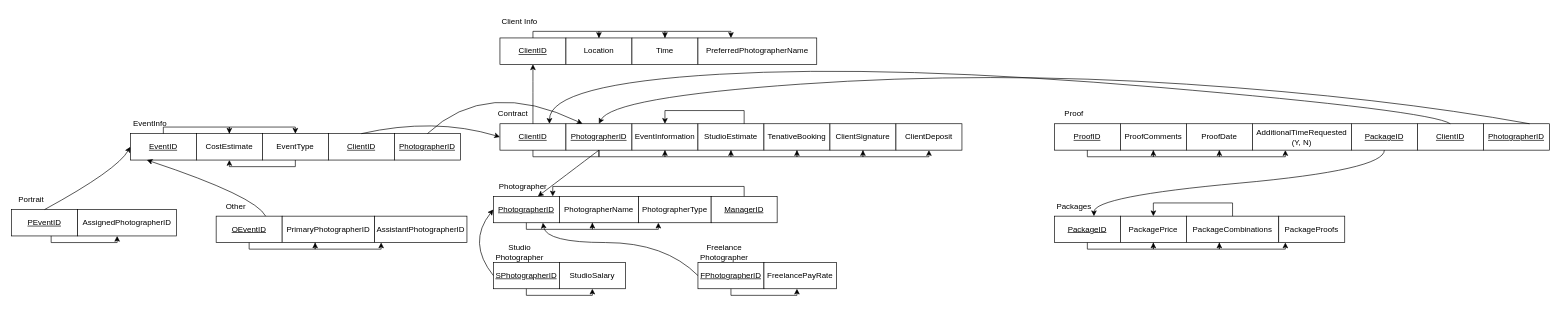
Above: RiccoEricRiceJustinRS_11.05.drawio in JustinR2003/cs-360-project (draw.io), before the change. Source tidied: cells renumbered, new cells numbered last; positions are measured from the earlier drawing's top-left corner, leaving out a move shared by most shapes. Both pictures are drawn from the tidied source at 66%, with x=0, y=0 at pixel (11, 11).
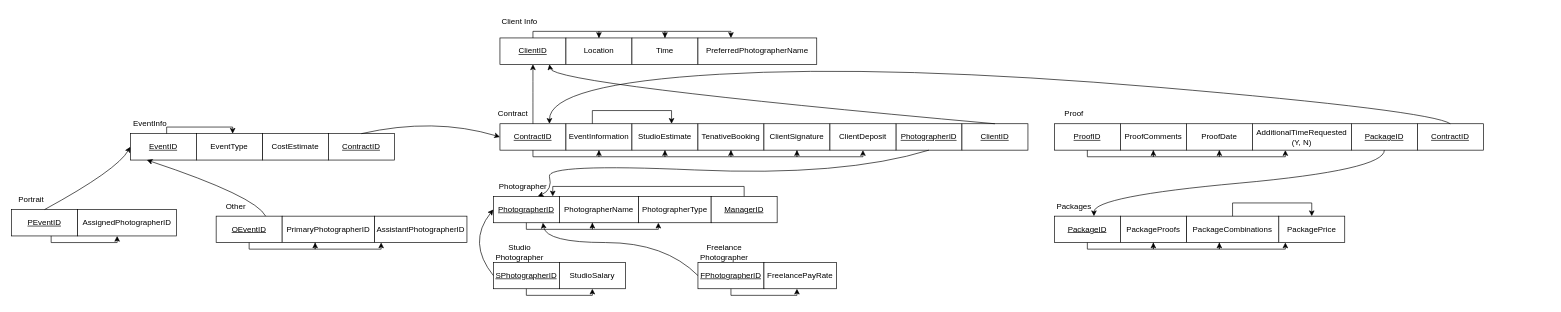
The same page after the edit.

Unchanged cells that the change refers to:
```xml
<mxCell id="2" value="&lt;u&gt;ClientID&lt;/u&gt;" style="whiteSpace=wrap;html=1;align=center;" parent="1" vertex="1">
  <mxGeometry x="740" y="40" width="100" height="40" as="geometry" />
</mxCell>
<mxCell id="19" value="Photographer" style="text;html=1;strokeColor=none;fillColor=none;align=center;verticalAlign=middle;whiteSpace=wrap;rounded=0;" parent="1" vertex="1">
  <mxGeometry x="730" y="250" width="90" height="30" as="geometry" />
</mxCell>
<mxCell id="44" value="PackageCombinations" style="whiteSpace=wrap;html=1;align=center;" parent="1" vertex="1">
  <mxGeometry x="1780" y="310" width="140" height="40" as="geometry" />
</mxCell>
```

Diff of the diagram source:
```diff
@@
-    <mxCell id="7" value="&lt;u&gt;ClientID&lt;/u&gt;" style="whiteSpace=wrap;html=1;align=center;" parent="1" vertex="1">
+    <mxCell id="7" value="&lt;u&gt;ContractID&lt;/u&gt;" style="whiteSpace=wrap;html=1;align=center;" parent="1" vertex="1">
       <mxGeometry x="740" y="170" width="100" height="40" as="geometry" />
     </mxCell>
     <mxCell id="8" value="&lt;u&gt;PhotographerID&lt;/u&gt;" style="whiteSpace=wrap;html=1;align=center;" parent="1" vertex="1">
-      <mxGeometry x="840" y="170" width="100" height="40" as="geometry" />
+      <mxGeometry x="1340" y="170" width="100" height="40" as="geometry" />
     </mxCell>
     <mxCell id="9" value="EventInformation" style="whiteSpace=wrap;html=1;align=center;" parent="1" vertex="1">
-      <mxGeometry x="940" y="170" width="100" height="40" as="geometry" />
+      <mxGeometry x="840" y="170" width="100" height="40" as="geometry" />
     </mxCell>
     <mxCell id="10" value="StudioEstimate" style="whiteSpace=wrap;html=1;align=center;" parent="1" vertex="1">
-      <mxGeometry x="1040" y="170" width="100" height="40" as="geometry" />
+      <mxGeometry x="940" y="170" width="100" height="40" as="geometry" />
     </mxCell>
     <mxCell id="11" value="TenativeBooking" style="whiteSpace=wrap;html=1;align=center;" parent="1" vertex="1">
-      <mxGeometry x="1140" y="170" width="100" height="40" as="geometry" />
+      <mxGeometry x="1040" y="170" width="100" height="40" as="geometry" />
     </mxCell>
     <mxCell id="12" value="ClientSignature" style="whiteSpace=wrap;html=1;align=center;" parent="1" vertex="1">
-      <mxGeometry x="1240" y="170" width="100" height="40" as="geometry" />
+      <mxGeometry x="1140" y="170" width="100" height="40" as="geometry" />
     </mxCell>
     <mxCell id="13" value="ClientDeposit" style="whiteSpace=wrap;html=1;align=center;" parent="1" vertex="1">
-      <mxGeometry x="1340" y="170" width="100" height="40" as="geometry" />
+      <mxGeometry x="1240" y="170" width="100" height="40" as="geometry" />
     </mxCell>
@@
     <mxCell id="27" value="CostEstimate" style="whiteSpace=wrap;html=1;align=center;" parent="1" vertex="1">
-      <mxGeometry x="280" y="185" width="100" height="40" as="geometry" />
+      <mxGeometry x="380" y="185" width="100" height="40" as="geometry" />
     </mxCell>
     <mxCell id="28" value="EventType" style="whiteSpace=wrap;html=1;align=center;" parent="1" vertex="1">
-      <mxGeometry x="380" y="185" width="100" height="40" as="geometry" />
+      <mxGeometry x="280" y="185" width="100" height="40" as="geometry" />
     </mxCell>
@@
     <mxCell id="43" value="PackagePrice" style="whiteSpace=wrap;html=1;align=center;" parent="1" vertex="1">
-      <mxGeometry x="1680" y="310" width="100" height="40" as="geometry" />
+      <mxGeometry x="1920" y="310" width="100" height="40" as="geometry" />
     </mxCell>
@@
     <mxCell id="45" value="PackageProofs" style="whiteSpace=wrap;html=1;align=center;" parent="1" vertex="1">
-      <mxGeometry x="1920" y="310" width="100" height="40" as="geometry" />
+      <mxGeometry x="1680" y="310" width="100" height="40" as="geometry" />
     </mxCell>
@@
-    <mxCell id="52" style="curved=1;endArrow=classic;html=1;rounded=0;exitX=0.5;exitY=1;exitDx=0;exitDy=0;entryX=0.75;entryY=1;entryDx=0;entryDy=0;" parent="1" edge="1" source="8" target="19">
-      <mxGeometry relative="1" as="geometry" />
-    </mxCell>
@@
-    <mxCell id="55" value="&lt;u&gt;ClientID&lt;/u&gt;" style="whiteSpace=wrap;html=1;align=center;" parent="1" vertex="1">
+    <mxCell id="55" value="&lt;u style=&quot;border-color: var(--border-color);&quot;&gt;ContractID&lt;/u&gt;" style="whiteSpace=wrap;html=1;align=center;" parent="1" vertex="1">
       <mxGeometry x="2130" y="170" width="100" height="40" as="geometry" />
     </mxCell>
-    <mxCell id="56" value="&lt;u&gt;PhotographerID&lt;/u&gt;" style="whiteSpace=wrap;html=1;align=center;" parent="1" vertex="1">
-      <mxGeometry x="2230" y="170" width="100" height="40" as="geometry" />
-    </mxCell>
@@
-    <mxCell id="58" style="curved=1;endArrow=classic;html=1;rounded=0;entryX=0.5;entryY=0;entryDx=0;entryDy=0;" parent="1" edge="1" target="8">
-      <mxGeometry relative="1" as="geometry">
-        <mxPoint x="2300" y="170" as="sourcePoint" />
-        <Array as="points">
-          <mxPoint x="2080" y="130" />
-          <mxPoint x="1480" y="90" />
-          <mxPoint x="910" y="130" />
-        </Array>
-      </mxGeometry>
-    </mxCell>
@@
-    <mxCell id="60" value="&lt;u&gt;ClientID&lt;/u&gt;" style="whiteSpace=wrap;html=1;align=center;" parent="1" vertex="1">
+    <mxCell id="60" value="&lt;u style=&quot;border-color: var(--border-color);&quot;&gt;ContractID&lt;/u&gt;" style="whiteSpace=wrap;html=1;align=center;" parent="1" vertex="1">
       <mxGeometry x="480" y="185" width="100" height="40" as="geometry" />
     </mxCell>
-    <mxCell id="61" value="&lt;u&gt;PhotographerID&lt;/u&gt;" style="whiteSpace=wrap;html=1;align=center;" parent="1" vertex="1">
-      <mxGeometry x="580" y="185" width="100" height="40" as="geometry" />
-    </mxCell>
@@
-    <mxCell id="63" style="curved=1;endArrow=classic;html=1;rounded=0;entryX=0.25;entryY=0;entryDx=0;entryDy=0;exitX=0.5;exitY=0;exitDx=0;exitDy=0;" parent="1" edge="1" source="61" target="8">
-      <mxGeometry relative="1" as="geometry">
-        <Array as="points">
-          <mxPoint x="720" y="100" />
-        </Array>
-      </mxGeometry>
-    </mxCell>
@@
-    <mxCell id="67" style="endArrow=none;html=1;rounded=0;exitX=0.5;exitY=1;exitDx=0;exitDy=0;entryX=0.5;entryY=1;entryDx=0;entryDy=0;" parent="1" edge="1" source="7" target="8">
+    <mxCell id="67" style="endArrow=classic;html=1;rounded=0;exitX=0.5;exitY=1;exitDx=0;exitDy=0;endFill=1;entryX=0.5;entryY=1;entryDx=0;entryDy=0;" parent="1" edge="1" source="7" target="9">
       <mxGeometry relative="1" as="geometry">
         <Array as="points">
           <mxPoint x="790" y="220" />
           <mxPoint x="890" y="220" />
         </Array>
       </mxGeometry>
     </mxCell>
@@
-    <mxCell id="72" style="endArrow=classic;html=1;rounded=0;exitX=0.5;exitY=1;exitDx=0;exitDy=0;entryX=0.5;entryY=1;entryDx=0;entryDy=0;endFill=1;" parent="1" edge="1">
-      <mxGeometry relative="1" as="geometry">
-        <mxPoint x="1290" y="210" as="sourcePoint" />
-        <mxPoint x="1390" y="210" as="targetPoint" />
-        <Array as="points">
-          <mxPoint x="1290" y="220" />
-          <mxPoint x="1390" y="220" />
-        </Array>
-      </mxGeometry>
-    </mxCell>
@@
     <mxCell id="77" style="endArrow=classic;html=1;rounded=0;exitX=0.5;exitY=0;exitDx=0;exitDy=0;entryX=0.5;entryY=0;entryDx=0;entryDy=0;endFill=1;" parent="1" edge="1">
       <mxGeometry relative="1" as="geometry">
-        <mxPoint x="230" y="185" as="sourcePoint" />
-        <mxPoint x="330" y="185" as="targetPoint" />
+        <mxPoint x="235" y="185" as="sourcePoint" />
+        <mxPoint x="335" y="185" as="targetPoint" />
         <Array as="points">
-          <mxPoint x="230" y="175" />
-          <mxPoint x="330" y="175" />
+          <mxPoint x="235" y="175" />
+          <mxPoint x="335" y="175" />
         </Array>
       </mxGeometry>
     </mxCell>
-    <mxCell id="78" style="endArrow=classic;html=1;rounded=0;exitX=0.5;exitY=0;exitDx=0;exitDy=0;entryX=0.5;entryY=0;entryDx=0;entryDy=0;endFill=1;" parent="1" edge="1">
-      <mxGeometry relative="1" as="geometry">
-        <mxPoint x="330" y="185" as="sourcePoint" />
-        <mxPoint x="430" y="185" as="targetPoint" />
-        <Array as="points">
-          <mxPoint x="330" y="175" />
-          <mxPoint x="430" y="175" />
-        </Array>
-      </mxGeometry>
-    </mxCell>
@@
-    <mxCell id="87" style="endArrow=classic;html=1;rounded=0;exitX=0.5;exitY=1;exitDx=0;exitDy=0;entryX=0.5;entryY=1;entryDx=0;entryDy=0;endFill=1;" parent="1" edge="1">
-      <mxGeometry relative="1" as="geometry">
-        <mxPoint x="1830" y="350" as="sourcePoint" />
-        <mxPoint x="1930" y="350" as="targetPoint" />
-        <Array as="points">
-          <mxPoint x="1830" y="360" />
-          <mxPoint x="1930" y="360" />
-        </Array>
-      </mxGeometry>
-    </mxCell>
-    <mxCell id="88" style="endArrow=none;html=1;rounded=0;entryX=0.5;entryY=0;entryDx=0;entryDy=0;exitX=0.5;exitY=0;exitDx=0;exitDy=0;startArrow=classic;startFill=1;" parent="1" edge="1" source="43" target="44">
-      <mxGeometry relative="1" as="geometry">
-        <Array as="points">
-          <mxPoint x="1730" y="290" />
-          <mxPoint x="1850" y="290" />
-        </Array>
-      </mxGeometry>
-    </mxCell>
-    <mxCell id="89" style="endArrow=none;html=1;rounded=0;exitX=0.5;exitY=1;exitDx=0;exitDy=0;entryX=0.5;entryY=1;entryDx=0;entryDy=0;endFill=0;startArrow=classic;startFill=1;" parent="1" edge="1">
-      <mxGeometry relative="1" as="geometry">
-        <mxPoint x="330" y="225" as="sourcePoint" />
-        <mxPoint x="430" y="225" as="targetPoint" />
-        <Array as="points">
-          <mxPoint x="330" y="235" />
-          <mxPoint x="430" y="235" />
-        </Array>
-      </mxGeometry>
-    </mxCell>
-    <mxCell id="90" style="endArrow=none;html=1;rounded=0;entryX=0.5;entryY=0;entryDx=0;entryDy=0;exitX=0.5;exitY=0;exitDx=0;exitDy=0;startArrow=classic;startFill=1;" parent="1" edge="1">
+    <mxCell id="90" style="endArrow=classic;html=1;rounded=0;entryX=0.5;entryY=0;entryDx=0;entryDy=0;exitX=0.5;exitY=0;exitDx=0;exitDy=0;startArrow=none;startFill=0;endFill=1;" parent="1" edge="1">
       <mxGeometry relative="1" as="geometry">
-        <mxPoint x="990" y="170" as="sourcePoint" />
-        <mxPoint x="1110" y="170" as="targetPoint" />
+        <mxPoint x="880" y="170" as="sourcePoint" />
+        <mxPoint x="1000" y="170" as="targetPoint" />
         <Array as="points">
-          <mxPoint x="990" y="150" />
-          <mxPoint x="1110" y="150" />
+          <mxPoint x="880" y="150" />
+          <mxPoint x="1000" y="150" />
         </Array>
       </mxGeometry>
     </mxCell>
+    <mxCell id="91" value="&lt;u&gt;ClientID&lt;/u&gt;" style="whiteSpace=wrap;html=1;align=center;" parent="1" vertex="1">
+      <mxGeometry x="1440" y="170" width="100" height="40" as="geometry" />
+    </mxCell>
+    <mxCell id="52" style="curved=1;endArrow=classic;html=1;rounded=0;exitX=0.5;exitY=1;exitDx=0;exitDy=0;entryX=0.75;entryY=1;entryDx=0;entryDy=0;" parent="1" edge="1" source="8" target="19">
+      <mxGeometry relative="1" as="geometry">
+        <Array as="points">
+          <mxPoint x="1260" y="250" />
+          <mxPoint x="810" y="230" />
+          <mxPoint x="820" y="270" />
+        </Array>
+      </mxGeometry>
+    </mxCell>
+    <mxCell id="92" style="curved=1;endArrow=classic;html=1;rounded=0;exitX=0.5;exitY=0;exitDx=0;exitDy=0;entryX=0.75;entryY=1;entryDx=0;entryDy=0;" parent="1" edge="1" source="91" target="2">
+      <mxGeometry relative="1" as="geometry">
+        <Array as="points">
+          <mxPoint x="820" y="110" />
+        </Array>
+      </mxGeometry>
+    </mxCell>
+    <mxCell id="93" style="endArrow=classic;html=1;rounded=0;entryX=0.5;entryY=0;entryDx=0;entryDy=0;exitX=0.5;exitY=0;exitDx=0;exitDy=0;startArrow=none;startFill=0;endFill=1;" parent="1" edge="1">
+      <mxGeometry relative="1" as="geometry">
+        <mxPoint x="1850" y="310" as="sourcePoint" />
+        <mxPoint x="1970" y="310" as="targetPoint" />
+        <Array as="points">
+          <mxPoint x="1850" y="290" />
+          <mxPoint x="1970" y="290" />
+        </Array>
+      </mxGeometry>
+    </mxCell>
+    <mxCell id="94" style="endArrow=classic;html=1;rounded=0;exitX=0.5;exitY=1;exitDx=0;exitDy=0;entryX=0.5;entryY=1;entryDx=0;entryDy=0;endFill=1;" parent="1" edge="1">
+      <mxGeometry relative="1" as="geometry">
+        <mxPoint x="1830" y="350" as="sourcePoint" />
+        <mxPoint x="1930" y="350" as="targetPoint" />
+        <Array as="points">
+          <mxPoint x="1830" y="360" />
+          <mxPoint x="1930" y="360" />
+        </Array>
+      </mxGeometry>
+    </mxCell>
```
